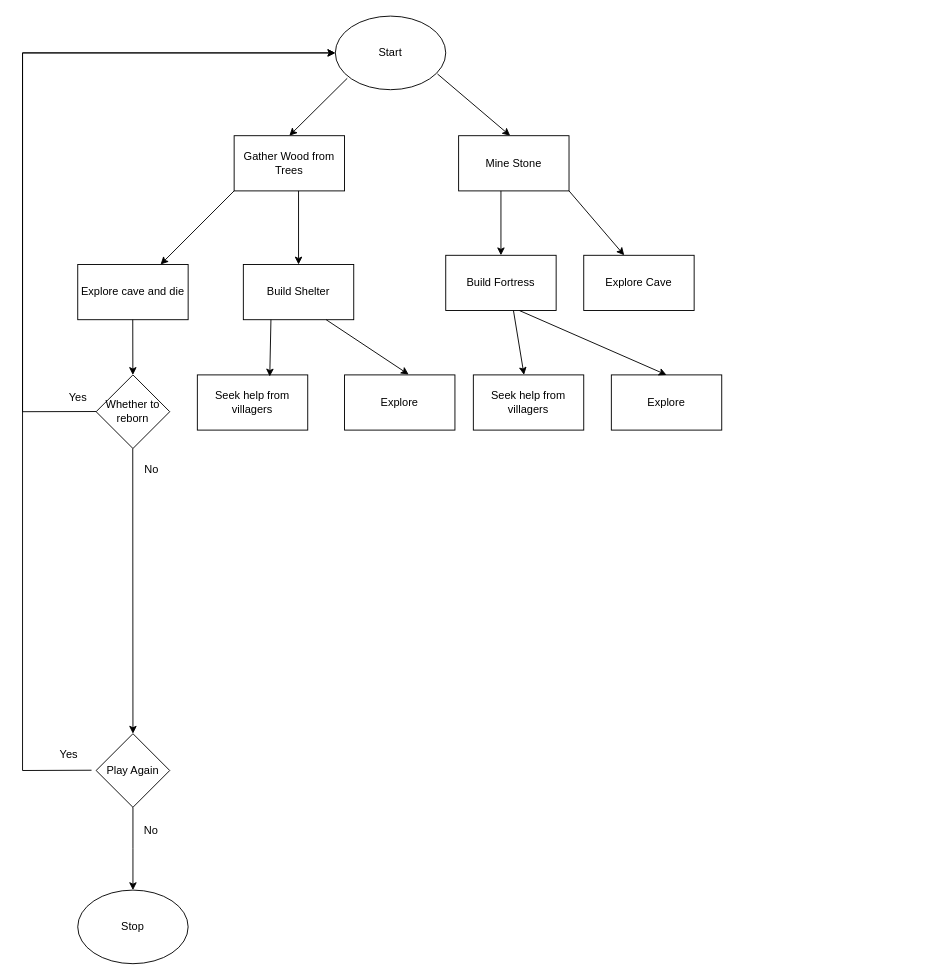
passkirito/flowchart-assignment keeps this draw.io diagram as 未命名绘图.drawio. Above is the earlier version. Source tidied: cells renumbered, new cells numbered last; positions are measured from the earlier drawing's top-left corner, leaving out a move shared by most shapes. Both pictures are drawn from the tidied source at 92%, with x=0, y=0 at pixel (22, 16).
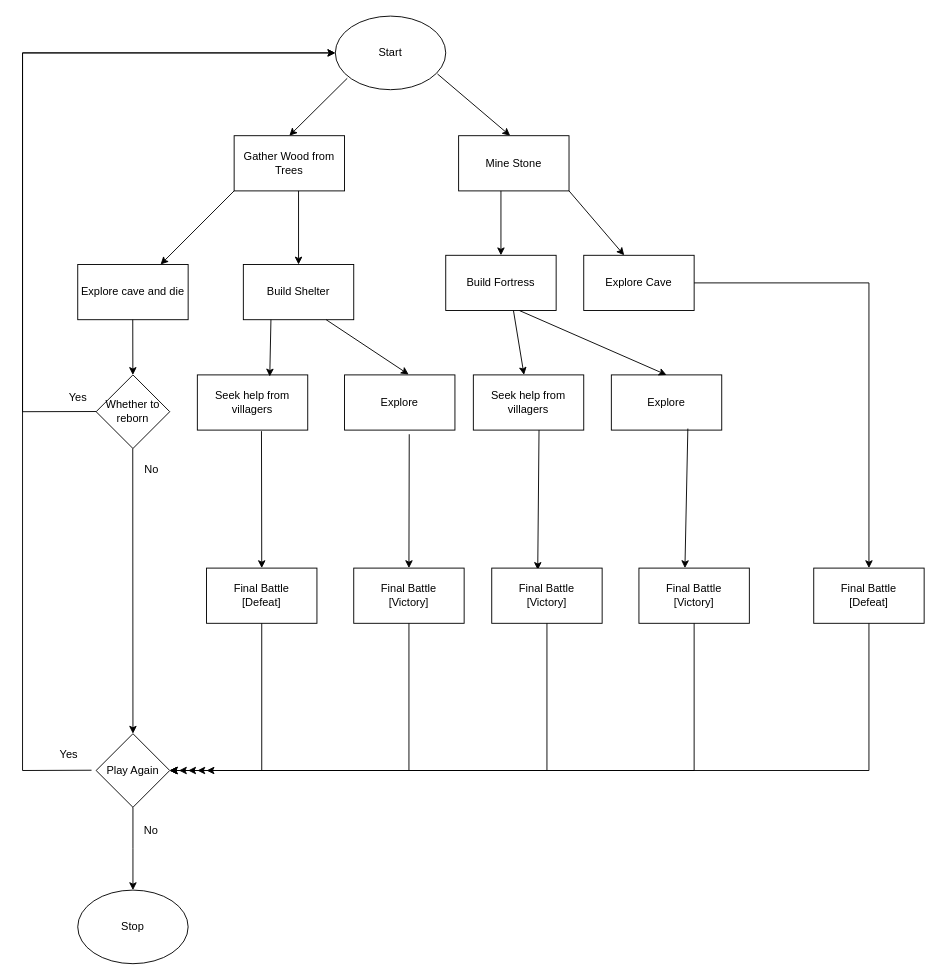
Above is the later version.

Commit message:
Interactive Story Flowchart.drawio

The change refers to these unchanged cells:
```xml
<mxCell id="22" value="Play Again" style="rhombus;whiteSpace=wrap;html=1;" parent="1" vertex="1">
  <mxGeometry x="80" y="780" width="80" height="80" as="geometry" />
</mxCell>
<mxCell id="27" value="Seek help from villagers" style="rounded=0;whiteSpace=wrap;html=1;" parent="1" vertex="1">
  <mxGeometry x="190" y="390" width="120" height="60" as="geometry" />
</mxCell>
<mxCell id="28" value="Explore" style="rounded=0;whiteSpace=wrap;html=1;" parent="1" vertex="1">
  <mxGeometry x="350" y="390" width="120" height="60" as="geometry" />
</mxCell>
<mxCell id="29" value="Seek help from villagers" style="rounded=0;whiteSpace=wrap;html=1;" parent="1" vertex="1">
  <mxGeometry x="490" y="390" width="120" height="60" as="geometry" />
</mxCell>
<mxCell id="30" value="Explore" style="rounded=0;whiteSpace=wrap;html=1;" parent="1" vertex="1">
  <mxGeometry x="640" y="390" width="120" height="60" as="geometry" />
</mxCell>
```

What changed in the source:
```diff
@@
+    <mxCell id="35" style="endArrow=classic;html=1;rounded=0;exitX=0.581;exitY=1.019;exitDx=0;exitDy=0;exitPerimeter=0;" parent="1" edge="1" source="27">
+      <mxGeometry relative="1" as="geometry">
+        <mxPoint x="260" y="600" as="targetPoint" />
+      </mxGeometry>
+    </mxCell>
+    <mxCell id="36" style="endArrow=classic;html=1;rounded=0;exitX=0.586;exitY=1.075;exitDx=0;exitDy=0;exitPerimeter=0;" parent="1" edge="1" source="28">
+      <mxGeometry relative="1" as="geometry">
+        <mxPoint x="420" y="600" as="targetPoint" />
+      </mxGeometry>
+    </mxCell>
+    <mxCell id="37" style="endArrow=classic;html=1;rounded=0;exitX=0.595;exitY=1.001;exitDx=0;exitDy=0;exitPerimeter=0;" parent="1" edge="1" source="29">
+      <mxGeometry relative="1" as="geometry">
+        <mxPoint x="560" y="602" as="targetPoint" />
+      </mxGeometry>
+    </mxCell>
+    <mxCell id="38" style="endArrow=classic;html=1;rounded=0;exitX=0.693;exitY=0.973;exitDx=0;exitDy=0;exitPerimeter=0;" parent="1" edge="1" source="30">
+      <mxGeometry relative="1" as="geometry">
+        <mxPoint x="720" y="600" as="targetPoint" />
+      </mxGeometry>
+    </mxCell>
+    <mxCell id="39" value="Final Battle&lt;br&gt;[Defeat]" style="rounded=0;whiteSpace=wrap;html=1;" parent="1" vertex="1">
+      <mxGeometry x="200" y="600" width="120" height="60" as="geometry" />
+    </mxCell>
+    <mxCell id="40" value="Final Battle&lt;br&gt;[Victory]" style="rounded=0;whiteSpace=wrap;html=1;" parent="1" vertex="1">
+      <mxGeometry x="360" y="600" width="120" height="60" as="geometry" />
+    </mxCell>
+    <mxCell id="41" value="Final Battle&lt;br&gt;[Victory]" style="rounded=0;whiteSpace=wrap;html=1;" parent="1" vertex="1">
+      <mxGeometry x="510" y="600" width="120" height="60" as="geometry" />
+    </mxCell>
+    <mxCell id="42" value="Final Battle&lt;br&gt;[Victory]" style="rounded=0;whiteSpace=wrap;html=1;" parent="1" vertex="1">
+      <mxGeometry x="670" y="600" width="120" height="60" as="geometry" />
+    </mxCell>
+    <mxCell id="43" value="Final Battle&lt;br&gt;[Defeat]" style="rounded=0;whiteSpace=wrap;html=1;" parent="1" vertex="1">
+      <mxGeometry x="860" y="600" width="120" height="60" as="geometry" />
+    </mxCell>
+    <mxCell id="44" style="endArrow=classic;html=1;rounded=0;entryX=0.5;entryY=0;entryDx=0;entryDy=0;" parent="1" edge="1" target="43">
+      <mxGeometry relative="1" as="geometry">
+        <mxPoint x="730" y="290" as="sourcePoint" />
+        <Array as="points">
+          <mxPoint x="920" y="290" />
+        </Array>
+      </mxGeometry>
+    </mxCell>
+    <mxCell id="45" style="endArrow=classic;html=1;rounded=0;entryX=1;entryY=0.5;entryDx=0;entryDy=0;exitX=0.5;exitY=1;exitDx=0;exitDy=0;" parent="1" edge="1" source="39" target="22">
+      <mxGeometry relative="1" as="geometry">
+        <Array as="points">
+          <mxPoint x="260" y="820" />
+        </Array>
+      </mxGeometry>
+    </mxCell>
+    <mxCell id="46" style="endArrow=classic;html=1;rounded=0;entryX=1;entryY=0.5;entryDx=0;entryDy=0;exitX=0.5;exitY=1;exitDx=0;exitDy=0;" parent="1" edge="1" source="40" target="22">
+      <mxGeometry relative="1" as="geometry">
+        <Array as="points">
+          <mxPoint x="420" y="820" />
+        </Array>
+      </mxGeometry>
+    </mxCell>
+    <mxCell id="47" style="endArrow=classic;html=1;rounded=0;exitX=0.5;exitY=1;exitDx=0;exitDy=0;" parent="1" edge="1" source="41">
+      <mxGeometry relative="1" as="geometry">
+        <mxPoint x="170" y="820" as="targetPoint" />
+        <Array as="points">
+          <mxPoint x="570" y="820" />
+        </Array>
+      </mxGeometry>
+    </mxCell>
+    <mxCell id="48" style="endArrow=classic;html=1;rounded=0;entryX=1;entryY=0.5;entryDx=0;entryDy=0;exitX=0.5;exitY=1;exitDx=0;exitDy=0;" parent="1" edge="1" source="42" target="22">
+      <mxGeometry relative="1" as="geometry">
+        <Array as="points">
+          <mxPoint x="730" y="820" />
+        </Array>
+      </mxGeometry>
+    </mxCell>
+    <mxCell id="49" style="endArrow=classic;html=1;rounded=0;entryX=1;entryY=0.5;entryDx=0;entryDy=0;exitX=0.5;exitY=1;exitDx=0;exitDy=0;" parent="1" edge="1" source="43" target="22">
+      <mxGeometry relative="1" as="geometry">
+        <Array as="points">
+          <mxPoint x="920" y="820" />
+        </Array>
+      </mxGeometry>
+    </mxCell>
+    <mxCell id="50" style="endArrow=classic;html=1;rounded=0;" parent="1" edge="1">
+      <mxGeometry relative="1" as="geometry">
+        <mxPoint x="290" y="820" as="sourcePoint" />
+        <mxPoint x="190" y="820" as="targetPoint" />
+      </mxGeometry>
+    </mxCell>
+    <mxCell id="51" style="endArrow=classic;html=1;rounded=0;" parent="1" edge="1">
+      <mxGeometry relative="1" as="geometry">
+        <mxPoint x="260" y="820" as="sourcePoint" />
+        <mxPoint x="180" y="820" as="targetPoint" />
+      </mxGeometry>
+    </mxCell>
+    <mxCell id="52" style="endArrow=classic;html=1;rounded=0;" parent="1" edge="1">
+      <mxGeometry relative="1" as="geometry">
+        <mxPoint x="260" y="820" as="sourcePoint" />
+        <mxPoint x="200" y="820" as="targetPoint" />
+      </mxGeometry>
+    </mxCell>
```
